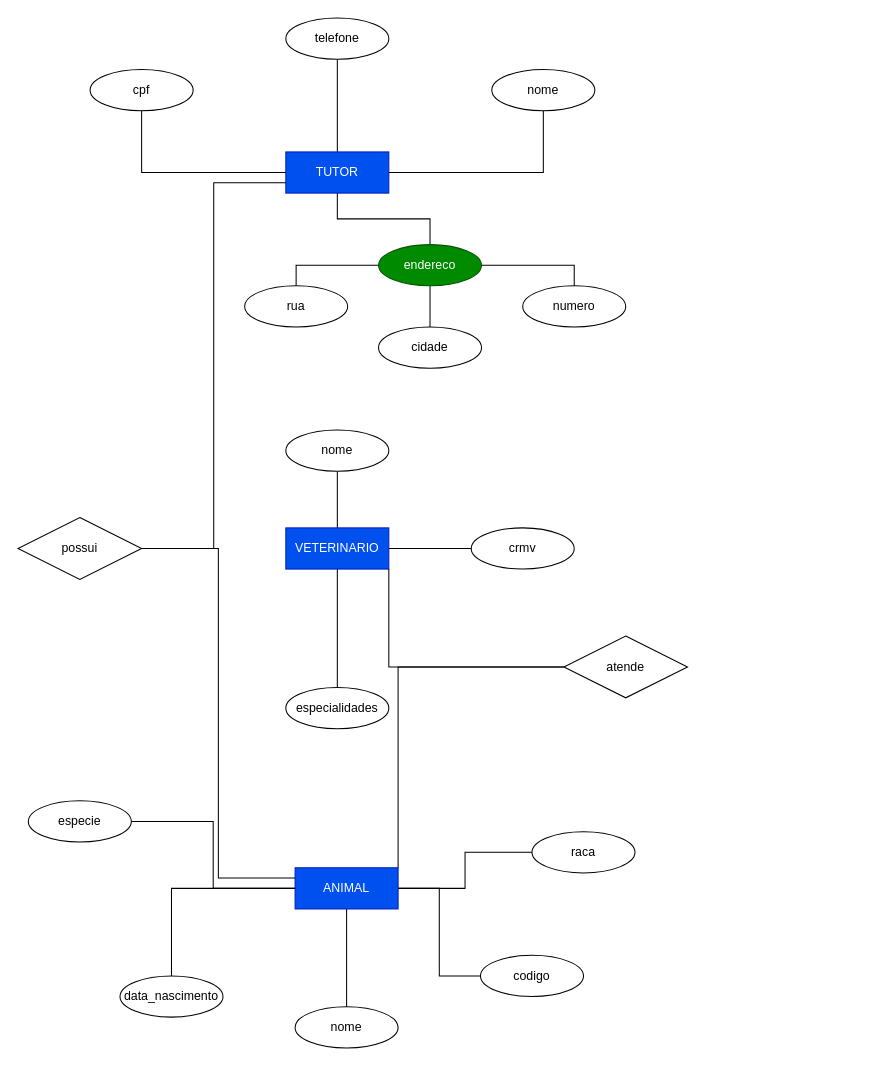
This is DER/Ex5.drawio from Jose18hacks/Banco-de-Dados, a draw.io file, before an edit. Source tidied: cells renumbered, new cells numbered last; positions are measured from the earlier drawing's top-left corner, leaving out a move shared by most shapes. Both pictures are drawn from the tidied source at 103%, with x=0, y=0 at pixel (18, 18).
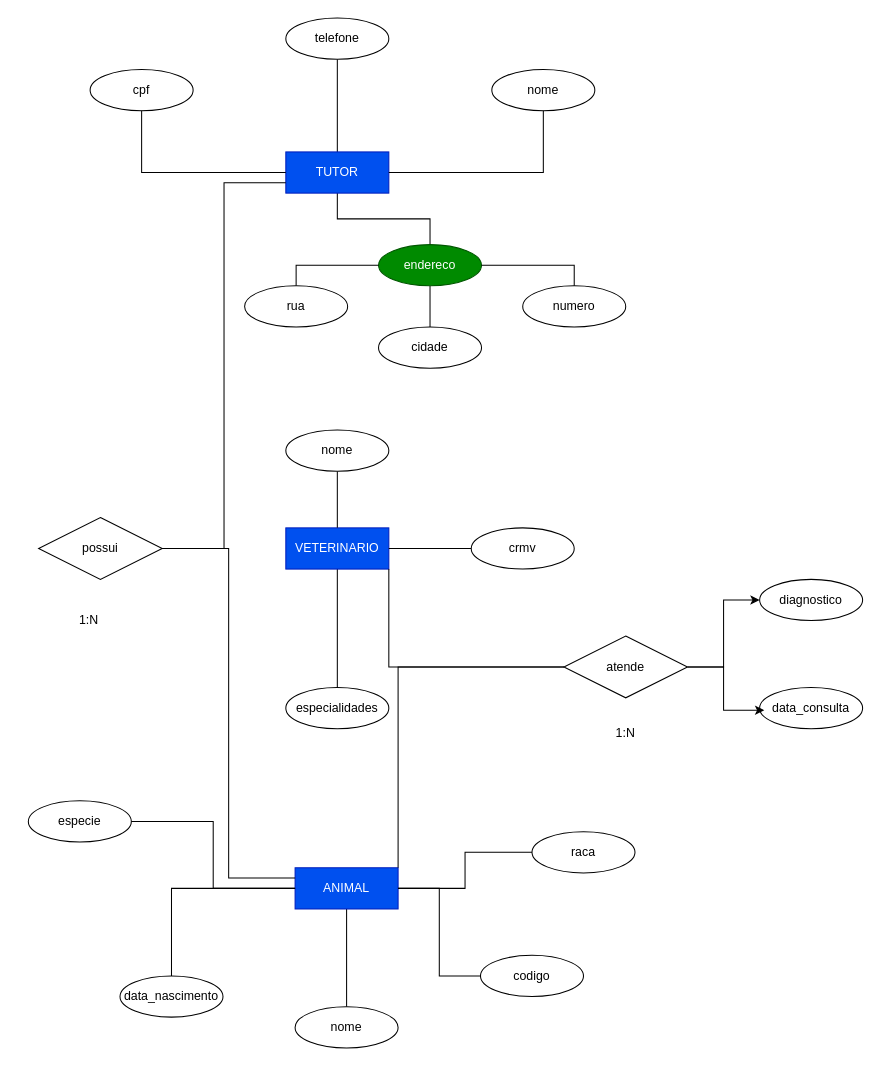
After the change.

Unchanged cells that the change refers to:
```xml
<mxCell id="40" value="atende" style="shape=rhombus;perimeter=rhombusPerimeter;whiteSpace=wrap;html=1;align=center;fillColor=light-dark(#FFFFFF,#FF9933);" parent="1" vertex="1">
  <mxGeometry x="530" y="600" width="120" height="60" as="geometry" />
</mxCell>
```

The edit, as a diff of the source:
```diff
@@
     <mxCell id="37" value="possui" style="shape=rhombus;perimeter=rhombusPerimeter;whiteSpace=wrap;html=1;align=center;fillColor=light-dark(#FFFFFF,#FF9933);" parent="1" vertex="1">
-      <mxGeometry y="485" width="120" height="60" as="geometry" />
+      <mxGeometry x="20" y="485" width="120" height="60" as="geometry" />
     </mxCell>
@@
+    <mxCell id="41" style="edgeStyle=orthogonalEdgeStyle;rounded=0;jettySize=auto;html=1;entryX=0;entryY=0.5;entryDx=0;entryDy=0;defaultLabelBackgroundColor=page;" parent="1" edge="1" source="40" target="42">
+      <mxGeometry relative="1" as="geometry" />
+    </mxCell>
@@
+    <mxCell id="42" value="diagnostico" style="ellipse;whiteSpace=wrap;html=1;align=center;" parent="1" vertex="1">
+      <mxGeometry x="720" y="545" width="100" height="40" as="geometry" />
+    </mxCell>
+    <mxCell id="43" value="data_consulta" style="ellipse;whiteSpace=wrap;html=1;align=center;" parent="1" vertex="1">
+      <mxGeometry x="720" y="650" width="100" height="40" as="geometry" />
+    </mxCell>
+    <mxCell id="44" style="edgeStyle=orthogonalEdgeStyle;rounded=0;jettySize=auto;html=1;entryX=0.045;entryY=0.551;entryDx=0;entryDy=0;entryPerimeter=0;defaultLabelBackgroundColor=page;" parent="1" edge="1" source="40" target="43">
+      <mxGeometry relative="1" as="geometry" />
+    </mxCell>
+    <mxCell id="45" value="1:N" style="text;html=1;whiteSpace=wrap;strokeColor=none;fillColor=light-dark(#FFFFFF,#000000);align=center;verticalAlign=middle;rounded=0;" parent="1" vertex="1">
+      <mxGeometry x="39" y="570" width="60" height="30" as="geometry" />
+    </mxCell>
+    <mxCell id="46" value="1:N" style="text;html=1;whiteSpace=wrap;strokeColor=none;fillColor=light-dark(#FFFFFF,#000000);align=center;verticalAlign=middle;rounded=0;" parent="1" vertex="1">
+      <mxGeometry x="560" y="680" width="60" height="30" as="geometry" />
+    </mxCell>
```
